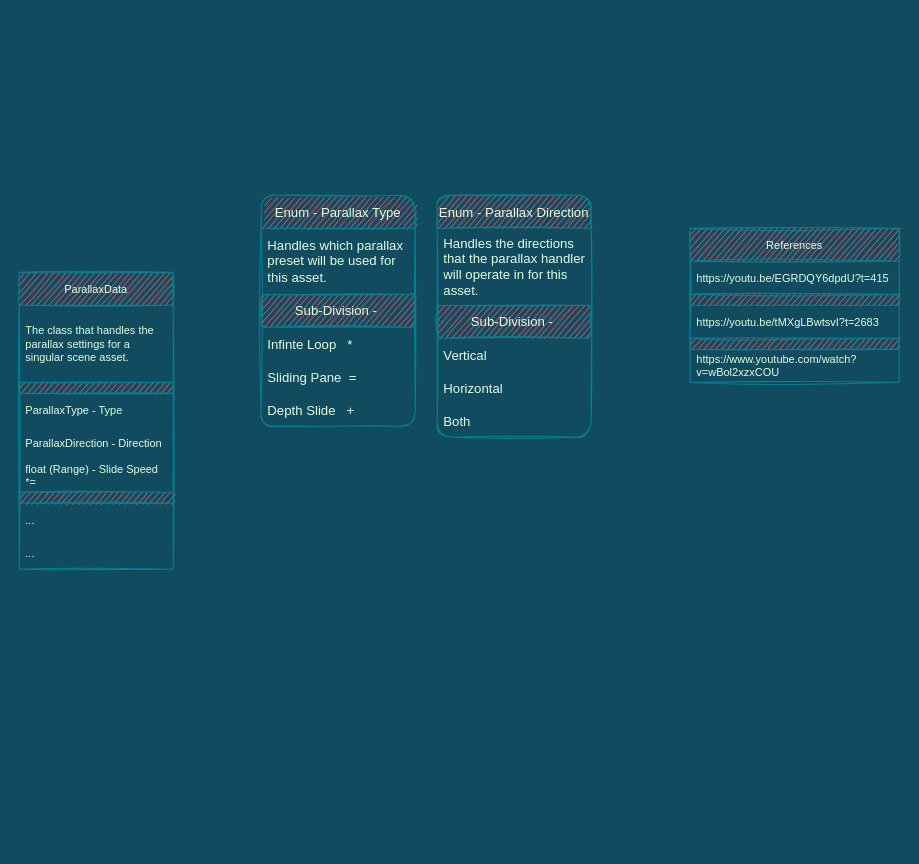
Before: Assets/Plugins/ComprehensiveParallax/ResourceFiles/ComprehensiveParallax.drawio in ArcturusForge/ComprehensiveParallax, a draw.io diagram. Source tidied: cells renumbered, new cells numbered last; positions are measured from the earlier drawing's top-left corner, leaving out a move shared by most shapes. Both pictures are drawn from the tidied source at 110%, with x=0, y=0 at pixel (19, 195).
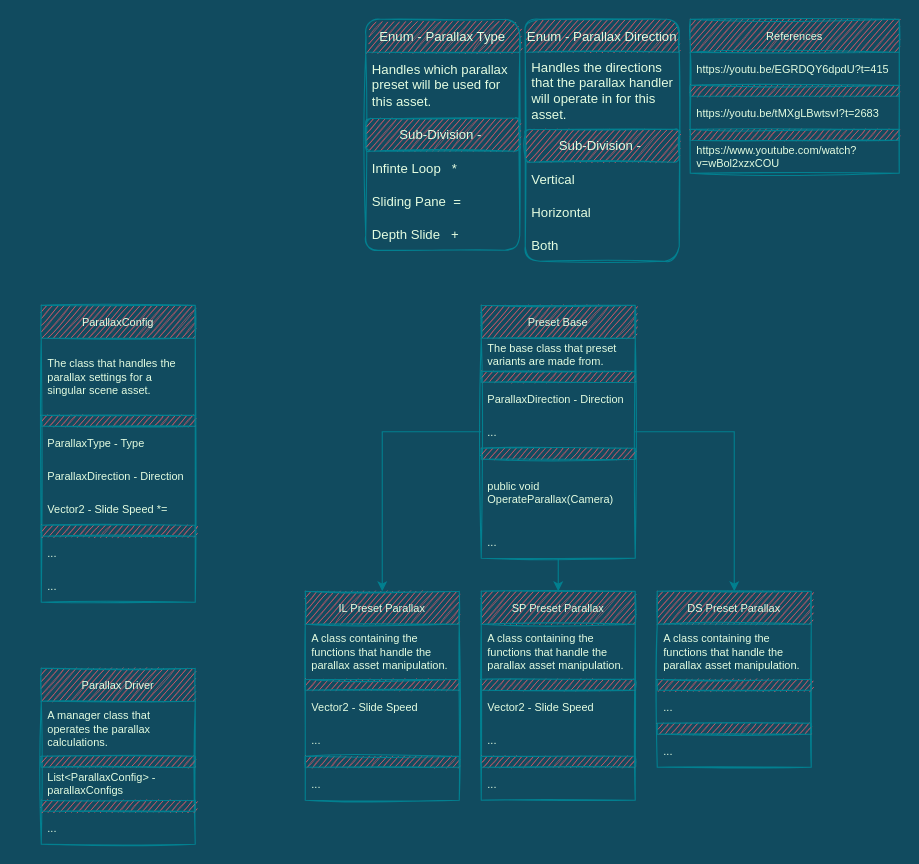
The same page after the edit.

What changed in the source:
```diff
@@
     <mxCell id="2" value="References" style="swimlane;fontStyle=0;horizontal=1;startSize=30;sketch=1;fontColor=#E4FDE1;strokeColor=#028090;fillColor=#F45B69;rounded=0;fontSize=10;" parent="1" vertex="1">
-      <mxGeometry x="610" y="30" width="190" height="140" as="geometry" />
+      <mxGeometry x="610" y="-160" width="190" height="140" as="geometry" />
     </mxCell>
@@
-    <mxCell id="8" value="ParallaxData" style="swimlane;fontStyle=0;horizontal=1;startSize=30;sketch=1;fontColor=#E4FDE1;strokeColor=#028090;fillColor=#F45B69;rounded=0;fontSize=10;" parent="1" vertex="1">
-      <mxGeometry y="70" width="140" height="270" as="geometry" />
+    <mxCell id="8" value="ParallaxConfig" style="swimlane;fontStyle=0;horizontal=1;startSize=30;sketch=1;fontColor=#E4FDE1;strokeColor=#028090;fillColor=#F45B69;rounded=0;fontSize=10;" parent="1" vertex="1">
+      <mxGeometry x="20" y="100" width="140" height="270" as="geometry" />
     </mxCell>
@@
-    <mxCell id="13" value="float (Range) - Slide Speed *=" style="text;strokeColor=none;fillColor=none;align=left;verticalAlign=middle;spacingLeft=4;spacingRight=4;overflow=hidden;sketch=1;fontColor=#E4FDE1;rounded=0;fontSize=10;whiteSpace=wrap;" parent="8" vertex="1">
+    <mxCell id="13" value="Vector2 - Slide Speed *=" style="text;strokeColor=none;fillColor=none;align=left;verticalAlign=middle;spacingLeft=4;spacingRight=4;overflow=hidden;sketch=1;fontColor=#E4FDE1;rounded=0;fontSize=10;whiteSpace=wrap;" parent="8" vertex="1">
       <mxGeometry y="170" width="140" height="30" as="geometry" />
     </mxCell>
@@
     <mxCell id="17" value="Enum - Parallax Type" style="swimlane;fontStyle=0;horizontal=1;startSize=30;rounded=1;sketch=1;fontSize=12;fontColor=#E4FDE1;strokeColor=#028090;fillColor=#F45B69;" parent="1" vertex="1">
-      <mxGeometry x="220" width="140" height="210" as="geometry" />
+      <mxGeometry x="315" y="-160" width="140" height="210" as="geometry" />
     </mxCell>
@@
     <mxCell id="23" value="Enum - Parallax Direction" style="swimlane;fontStyle=0;horizontal=1;startSize=30;rounded=1;sketch=1;fontSize=12;fontColor=#E4FDE1;strokeColor=#028090;fillColor=#F45B69;" parent="1" vertex="1">
-      <mxGeometry x="380" width="140" height="220" as="geometry" />
+      <mxGeometry x="460" y="-160" width="140" height="220" as="geometry" />
     </mxCell>
@@
+    <mxCell id="29" value="IL Preset Parallax" style="swimlane;fontStyle=0;horizontal=1;startSize=30;sketch=1;fontColor=#E4FDE1;strokeColor=#028090;fillColor=#F45B69;rounded=0;fontSize=10;" parent="1" vertex="1">
+      <mxGeometry x="260" y="360" width="140" height="190" as="geometry" />
+    </mxCell>
+    <mxCell id="30" value="A class containing the functions that handle the parallax asset manipulation." style="text;strokeColor=none;fillColor=none;align=left;verticalAlign=middle;spacingLeft=4;spacingRight=4;overflow=hidden;sketch=1;fontColor=#E4FDE1;rounded=0;fontSize=10;whiteSpace=wrap;" parent="29" vertex="1">
+      <mxGeometry y="30" width="140" height="50" as="geometry" />
+    </mxCell>
+    <mxCell id="31" style="rounded=0;whiteSpace=wrap;html=1;sketch=1;fontColor=#E4FDE1;strokeColor=#028090;fillColor=#F45B69;fontSize=10;" parent="29" vertex="1">
+      <mxGeometry y="80" width="140" height="10" as="geometry" />
+    </mxCell>
+    <mxCell id="32" value="Vector2 - Slide Speed" style="text;strokeColor=none;fillColor=none;align=left;verticalAlign=middle;spacingLeft=4;spacingRight=4;overflow=hidden;sketch=1;fontColor=#E4FDE1;rounded=0;fontSize=10;whiteSpace=wrap;" parent="29" vertex="1">
+      <mxGeometry y="90" width="140" height="30" as="geometry" />
+    </mxCell>
+    <mxCell id="33" value="..." style="text;strokeColor=none;fillColor=none;align=left;verticalAlign=middle;spacingLeft=4;spacingRight=4;overflow=hidden;sketch=1;fontColor=#E4FDE1;rounded=0;fontSize=10;whiteSpace=wrap;" parent="29" vertex="1">
+      <mxGeometry y="120" width="140" height="30" as="geometry" />
+    </mxCell>
+    <mxCell id="34" style="rounded=0;whiteSpace=wrap;html=1;sketch=1;fontColor=#E4FDE1;strokeColor=#028090;fillColor=#F45B69;fontSize=10;" parent="29" vertex="1">
+      <mxGeometry y="150" width="140" height="10" as="geometry" />
+    </mxCell>
+    <mxCell id="35" value="..." style="text;strokeColor=none;fillColor=none;align=left;verticalAlign=middle;spacingLeft=4;spacingRight=4;overflow=hidden;sketch=1;fontColor=#E4FDE1;rounded=0;fontSize=10;whiteSpace=wrap;" parent="29" vertex="1">
+      <mxGeometry y="160" width="140" height="30" as="geometry" />
+    </mxCell>
+    <mxCell id="36" value="SP Preset Parallax" style="swimlane;fontStyle=0;horizontal=1;startSize=30;sketch=1;fontColor=#E4FDE1;strokeColor=#028090;fillColor=#F45B69;rounded=0;fontSize=10;" parent="1" vertex="1">
+      <mxGeometry x="420" y="360" width="140" height="190" as="geometry" />
+    </mxCell>
+    <mxCell id="37" value="A class containing the functions that handle the parallax asset manipulation." style="text;strokeColor=none;fillColor=none;align=left;verticalAlign=middle;spacingLeft=4;spacingRight=4;overflow=hidden;sketch=1;fontColor=#E4FDE1;rounded=0;fontSize=10;whiteSpace=wrap;" parent="36" vertex="1">
+      <mxGeometry y="30" width="140" height="50" as="geometry" />
+    </mxCell>
+    <mxCell id="38" style="rounded=0;whiteSpace=wrap;html=1;sketch=1;fontColor=#E4FDE1;strokeColor=#028090;fillColor=#F45B69;fontSize=10;" parent="36" vertex="1">
+      <mxGeometry y="80" width="140" height="10" as="geometry" />
+    </mxCell>
+    <mxCell id="39" value="Vector2 - Slide Speed" style="text;strokeColor=none;fillColor=none;align=left;verticalAlign=middle;spacingLeft=4;spacingRight=4;overflow=hidden;sketch=1;fontColor=#E4FDE1;rounded=0;fontSize=10;whiteSpace=wrap;" parent="36" vertex="1">
+      <mxGeometry y="90" width="140" height="30" as="geometry" />
+    </mxCell>
+    <mxCell id="40" value="..." style="text;strokeColor=none;fillColor=none;align=left;verticalAlign=middle;spacingLeft=4;spacingRight=4;overflow=hidden;sketch=1;fontColor=#E4FDE1;rounded=0;fontSize=10;whiteSpace=wrap;" parent="36" vertex="1">
+      <mxGeometry y="120" width="140" height="30" as="geometry" />
+    </mxCell>
+    <mxCell id="41" style="rounded=0;whiteSpace=wrap;html=1;sketch=1;fontColor=#E4FDE1;strokeColor=#028090;fillColor=#F45B69;fontSize=10;" parent="36" vertex="1">
+      <mxGeometry y="150" width="140" height="10" as="geometry" />
+    </mxCell>
+    <mxCell id="42" value="..." style="text;strokeColor=none;fillColor=none;align=left;verticalAlign=middle;spacingLeft=4;spacingRight=4;overflow=hidden;sketch=1;fontColor=#E4FDE1;rounded=0;fontSize=10;whiteSpace=wrap;" parent="36" vertex="1">
+      <mxGeometry y="160" width="140" height="30" as="geometry" />
+    </mxCell>
+    <mxCell id="43" value="DS Preset Parallax" style="swimlane;fontStyle=0;horizontal=1;startSize=30;sketch=1;fontColor=#E4FDE1;strokeColor=#028090;fillColor=#F45B69;rounded=0;fontSize=10;" parent="1" vertex="1">
+      <mxGeometry x="580" y="360" width="140" height="160" as="geometry" />
+    </mxCell>
+    <mxCell id="44" value="A class containing the functions that handle the parallax asset manipulation." style="text;strokeColor=none;fillColor=none;align=left;verticalAlign=middle;spacingLeft=4;spacingRight=4;overflow=hidden;sketch=1;fontColor=#E4FDE1;rounded=0;fontSize=10;whiteSpace=wrap;" parent="43" vertex="1">
+      <mxGeometry y="30" width="140" height="50" as="geometry" />
+    </mxCell>
+    <mxCell id="45" style="rounded=0;whiteSpace=wrap;html=1;sketch=1;fontColor=#E4FDE1;strokeColor=#028090;fillColor=#F45B69;fontSize=10;" parent="43" vertex="1">
+      <mxGeometry y="80" width="140" height="10" as="geometry" />
+    </mxCell>
+    <mxCell id="46" value="..." style="text;strokeColor=none;fillColor=none;align=left;verticalAlign=middle;spacingLeft=4;spacingRight=4;overflow=hidden;sketch=1;fontColor=#E4FDE1;rounded=0;fontSize=10;whiteSpace=wrap;" parent="43" vertex="1">
+      <mxGeometry y="90" width="140" height="30" as="geometry" />
+    </mxCell>
+    <mxCell id="47" style="rounded=0;whiteSpace=wrap;html=1;sketch=1;fontColor=#E4FDE1;strokeColor=#028090;fillColor=#F45B69;fontSize=10;" parent="43" vertex="1">
+      <mxGeometry y="120" width="140" height="10" as="geometry" />
+    </mxCell>
+    <mxCell id="48" value="..." style="text;strokeColor=none;fillColor=none;align=left;verticalAlign=middle;spacingLeft=4;spacingRight=4;overflow=hidden;sketch=1;fontColor=#E4FDE1;rounded=0;fontSize=10;whiteSpace=wrap;" parent="43" vertex="1">
+      <mxGeometry y="130" width="140" height="30" as="geometry" />
+    </mxCell>
+    <mxCell id="49" style="edgeStyle=orthogonalEdgeStyle;rounded=0;jettySize=auto;html=1;fontColor=#E4FDE1;strokeColor=#028090;fillColor=#F45B69;" parent="1" edge="1" source="52" target="29">
+      <mxGeometry relative="1" as="geometry" />
+    </mxCell>
+    <mxCell id="50" style="edgeStyle=orthogonalEdgeStyle;rounded=0;jettySize=auto;html=1;fontColor=#E4FDE1;strokeColor=#028090;fillColor=#F45B69;" parent="1" edge="1" source="52" target="36">
+      <mxGeometry relative="1" as="geometry" />
+    </mxCell>
+    <mxCell id="51" style="edgeStyle=orthogonalEdgeStyle;rounded=0;jettySize=auto;html=1;fontColor=#E4FDE1;strokeColor=#028090;fillColor=#F45B69;" parent="1" edge="1" source="52" target="43">
+      <mxGeometry relative="1" as="geometry" />
+    </mxCell>
+    <mxCell id="52" value="Preset Base" style="swimlane;fontStyle=0;horizontal=1;startSize=30;sketch=1;fontColor=#E4FDE1;strokeColor=#028090;fillColor=#F45B69;rounded=0;fontSize=10;" parent="1" vertex="1">
+      <mxGeometry x="420" y="100" width="140" height="230" as="geometry" />
+    </mxCell>
+    <mxCell id="53" value="The base class that preset variants are made from." style="text;strokeColor=none;fillColor=none;align=left;verticalAlign=middle;spacingLeft=4;spacingRight=4;overflow=hidden;sketch=1;fontColor=#E4FDE1;rounded=0;fontSize=10;whiteSpace=wrap;" parent="52" vertex="1">
+      <mxGeometry y="30" width="140" height="30" as="geometry" />
+    </mxCell>
+    <mxCell id="54" style="rounded=0;whiteSpace=wrap;html=1;sketch=1;fontColor=#E4FDE1;strokeColor=#028090;fillColor=#F45B69;fontSize=10;" parent="52" vertex="1">
+      <mxGeometry y="60" width="140" height="10" as="geometry" />
+    </mxCell>
+    <mxCell id="55" value="ParallaxDirection - Direction" style="text;strokeColor=none;fillColor=none;align=left;verticalAlign=middle;spacingLeft=4;spacingRight=4;overflow=hidden;sketch=1;fontColor=#E4FDE1;rounded=0;fontSize=10;whiteSpace=wrap;" parent="52" vertex="1">
+      <mxGeometry y="70" width="140" height="30" as="geometry" />
+    </mxCell>
+    <mxCell id="56" value="..." style="text;strokeColor=none;fillColor=none;align=left;verticalAlign=middle;spacingLeft=4;spacingRight=4;overflow=hidden;sketch=1;fontColor=#E4FDE1;rounded=0;fontSize=10;whiteSpace=wrap;" parent="52" vertex="1">
+      <mxGeometry y="100" width="140" height="30" as="geometry" />
+    </mxCell>
+    <mxCell id="57" style="rounded=0;whiteSpace=wrap;html=1;sketch=1;fontColor=#E4FDE1;strokeColor=#028090;fillColor=#F45B69;fontSize=10;" parent="52" vertex="1">
+      <mxGeometry y="130" width="140" height="10" as="geometry" />
+    </mxCell>
+    <mxCell id="58" value="public void OperateParallax(Camera)" style="text;strokeColor=none;fillColor=none;align=left;verticalAlign=middle;spacingLeft=4;spacingRight=4;overflow=hidden;sketch=1;fontColor=#E4FDE1;rounded=0;fontSize=10;whiteSpace=wrap;" parent="52" vertex="1">
+      <mxGeometry y="140" width="140" height="60" as="geometry" />
+    </mxCell>
+    <mxCell id="59" value="..." style="text;strokeColor=none;fillColor=none;align=left;verticalAlign=middle;spacingLeft=4;spacingRight=4;overflow=hidden;sketch=1;fontColor=#E4FDE1;rounded=0;fontSize=10;whiteSpace=wrap;" parent="52" vertex="1">
+      <mxGeometry y="200" width="140" height="30" as="geometry" />
+    </mxCell>
+    <mxCell id="60" value="Parallax Driver" style="swimlane;fontStyle=0;horizontal=1;startSize=30;sketch=1;fontColor=#E4FDE1;strokeColor=#028090;fillColor=#F45B69;rounded=0;fontSize=10;" parent="1" vertex="1">
+      <mxGeometry x="20" y="430" width="140" height="160" as="geometry" />
+    </mxCell>
+    <mxCell id="61" value="A manager class that operates the parallax calculations." style="text;strokeColor=none;fillColor=none;align=left;verticalAlign=middle;spacingLeft=4;spacingRight=4;overflow=hidden;sketch=1;fontColor=#E4FDE1;rounded=0;fontSize=10;whiteSpace=wrap;" parent="60" vertex="1">
+      <mxGeometry y="30" width="140" height="50" as="geometry" />
+    </mxCell>
+    <mxCell id="62" style="rounded=0;whiteSpace=wrap;html=1;sketch=1;fontColor=#E4FDE1;strokeColor=#028090;fillColor=#F45B69;fontSize=10;" parent="60" vertex="1">
+      <mxGeometry y="80" width="140" height="10" as="geometry" />
+    </mxCell>
+    <mxCell id="63" value="List&lt;ParallaxConfig&gt; - parallaxConfigs" style="text;strokeColor=none;fillColor=none;align=left;verticalAlign=middle;spacingLeft=4;spacingRight=4;overflow=hidden;sketch=1;fontColor=#E4FDE1;rounded=0;fontSize=10;whiteSpace=wrap;" parent="60" vertex="1">
+      <mxGeometry y="90" width="140" height="30" as="geometry" />
+    </mxCell>
+    <mxCell id="64" style="rounded=0;whiteSpace=wrap;html=1;sketch=1;fontColor=#E4FDE1;strokeColor=#028090;fillColor=#F45B69;fontSize=10;" parent="60" vertex="1">
+      <mxGeometry y="120" width="140" height="10" as="geometry" />
+    </mxCell>
+    <mxCell id="65" value="..." style="text;strokeColor=none;fillColor=none;align=left;verticalAlign=middle;spacingLeft=4;spacingRight=4;overflow=hidden;sketch=1;fontColor=#E4FDE1;rounded=0;fontSize=10;whiteSpace=wrap;" parent="60" vertex="1">
+      <mxGeometry y="130" width="140" height="30" as="geometry" />
+    </mxCell>
```
